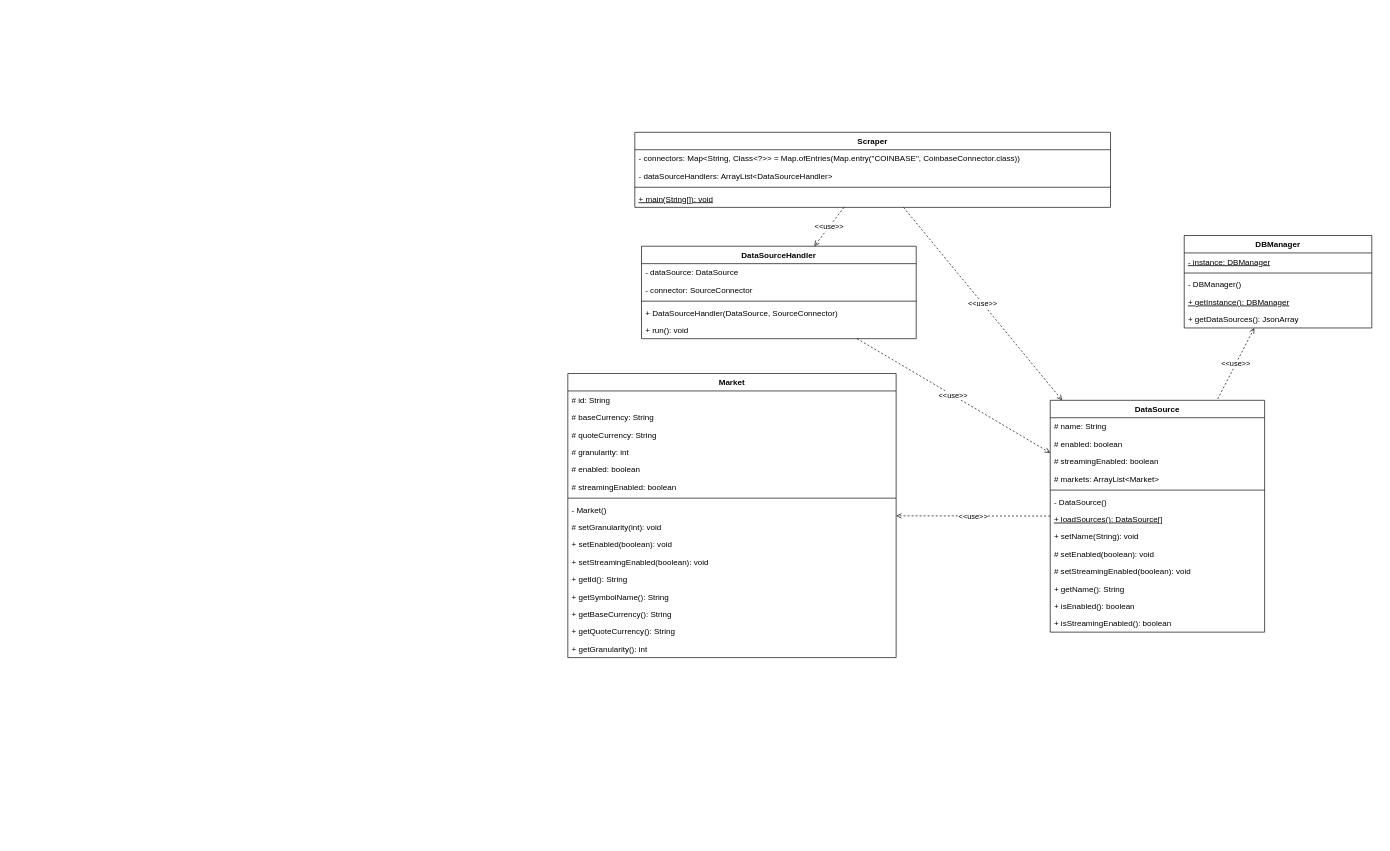
Earlier version of the draw.io diagram page "Scraper-new" (4 of 5) of drawio/project.drawio (nferrante1/lsmsd2). Source tidied: cells renumbered, new cells numbered last; positions are measured from the earlier drawing's top-left corner, leaving out a move shared by most shapes. Both pictures are drawn from the tidied source at 67%, with x=0, y=0 at pixel (567, 132).
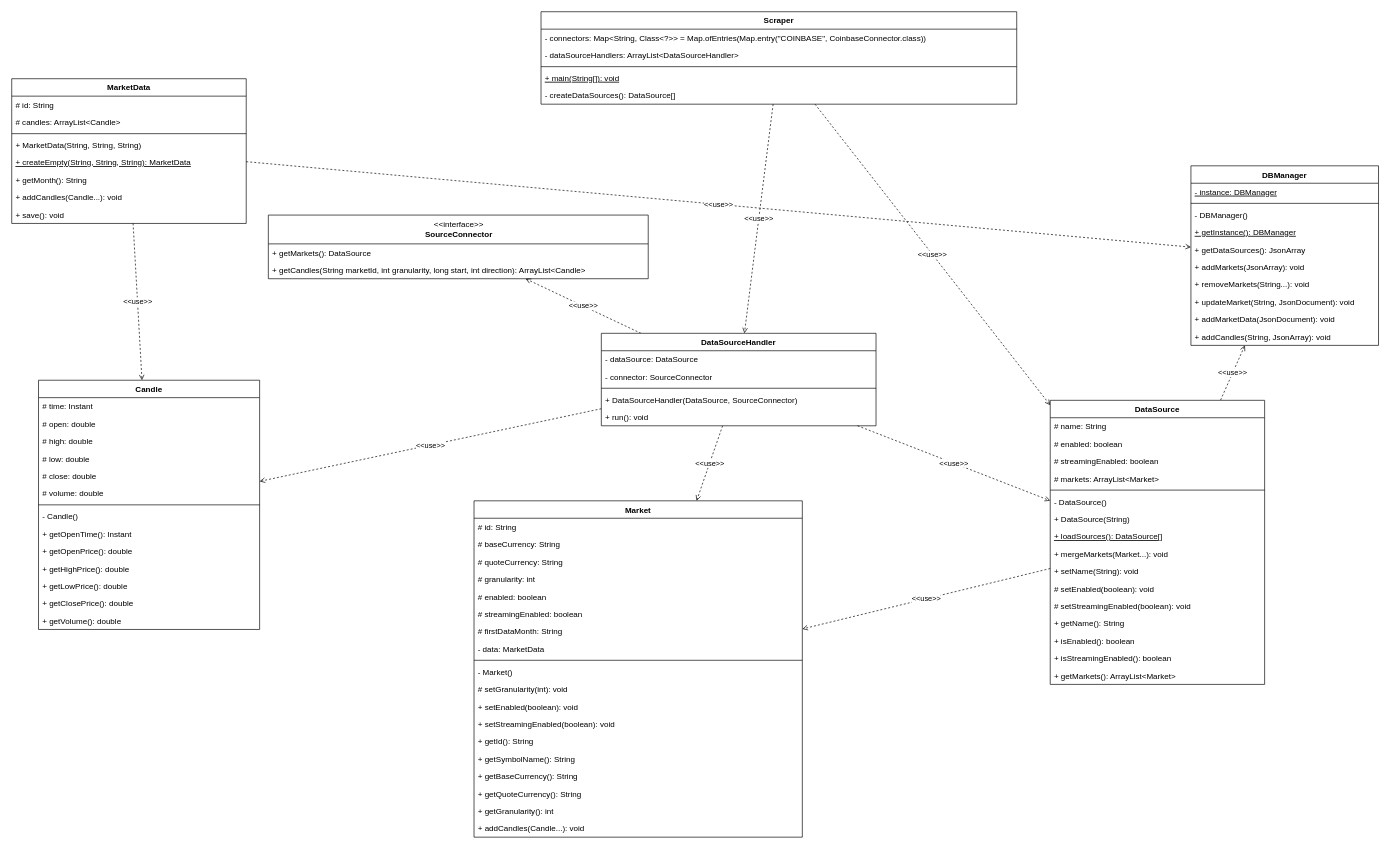
The same diagram, later.

Change to the diagram source:
```diff
@@
     <mxCell id="3" value="DataSource" style="swimlane;fontStyle=1;align=center;verticalAlign=top;horizontal=1;startSize=26;" parent="1" vertex="1">
-      <mxGeometry x="720" y="400" width="320" height="346" as="geometry" />
+      <mxGeometry x="720" y="400" width="320" height="424" as="geometry" />
     </mxCell>
@@
+    <mxCell id="55" value="+ DataSource(String)" style="text;strokeColor=none;fillColor=none;align=left;verticalAlign=top;spacingLeft=4;spacingRight=4;overflow=hidden;" parent="3" vertex="1">
+      <mxGeometry y="164" width="320" height="26" as="geometry" />
+    </mxCell>
     <mxCell id="10" value="+ loadSources(): DataSource[]" style="text;strokeColor=none;fillColor=none;align=left;verticalAlign=top;spacingLeft=4;spacingRight=4;overflow=hidden;fontStyle=4;" parent="3" vertex="1">
-      <mxGeometry y="164" width="320" height="26" as="geometry" />
+      <mxGeometry y="190" width="320" height="26" as="geometry" />
     </mxCell>
-    <mxCell id="11" value="+ setName(String): void" style="text;strokeColor=none;fillColor=none;align=left;verticalAlign=top;spacingLeft=4;spacingRight=4;overflow=hidden;" parent="3" vertex="1">
-      <mxGeometry y="190" width="320" height="26" as="geometry" />
+    <mxCell id="11" value="+ mergeMarkets(Market...): void" style="text;strokeColor=none;fillColor=none;align=left;verticalAlign=top;spacingLeft=4;spacingRight=4;overflow=hidden;" parent="3" vertex="1">
+      <mxGeometry y="216" width="320" height="26" as="geometry" />
     </mxCell>
+    <mxCell id="56" value="+ setName(String): void" style="text;strokeColor=none;fillColor=none;align=left;verticalAlign=top;spacingLeft=4;spacingRight=4;overflow=hidden;" parent="3" vertex="1">
+      <mxGeometry y="242" width="320" height="26" as="geometry" />
+    </mxCell>
     <mxCell id="12" value="# setEnabled(boolean): void" style="text;strokeColor=none;fillColor=none;align=left;verticalAlign=top;spacingLeft=4;spacingRight=4;overflow=hidden;" parent="3" vertex="1">
-      <mxGeometry y="216" width="320" height="26" as="geometry" />
+      <mxGeometry y="268" width="320" height="26" as="geometry" />
     </mxCell>
     <mxCell id="13" value="# setStreamingEnabled(boolean): void" style="text;strokeColor=none;fillColor=none;align=left;verticalAlign=top;spacingLeft=4;spacingRight=4;overflow=hidden;" parent="3" vertex="1">
-      <mxGeometry y="242" width="320" height="26" as="geometry" />
+      <mxGeometry y="294" width="320" height="26" as="geometry" />
     </mxCell>
     <mxCell id="14" value="+ getName(): String" style="text;strokeColor=none;fillColor=none;align=left;verticalAlign=top;spacingLeft=4;spacingRight=4;overflow=hidden;" parent="3" vertex="1">
-      <mxGeometry y="268" width="320" height="26" as="geometry" />
+      <mxGeometry y="320" width="320" height="26" as="geometry" />
     </mxCell>
     <mxCell id="15" value="+ isEnabled(): boolean" style="text;strokeColor=none;fillColor=none;align=left;verticalAlign=top;spacingLeft=4;spacingRight=4;overflow=hidden;" parent="3" vertex="1">
-      <mxGeometry y="294" width="320" height="26" as="geometry" />
+      <mxGeometry y="346" width="320" height="26" as="geometry" />
     </mxCell>
     <mxCell id="16" value="+ isStreamingEnabled(): boolean" style="text;strokeColor=none;fillColor=none;align=left;verticalAlign=top;spacingLeft=4;spacingRight=4;overflow=hidden;" parent="3" vertex="1">
-      <mxGeometry y="320" width="320" height="26" as="geometry" />
+      <mxGeometry y="372" width="320" height="26" as="geometry" />
     </mxCell>
+    <mxCell id="57" value="+ getMarkets(): ArrayList&lt;Market&gt;" style="text;strokeColor=none;fillColor=none;align=left;verticalAlign=top;spacingLeft=4;spacingRight=4;overflow=hidden;" parent="3" vertex="1">
+      <mxGeometry y="398" width="320" height="26" as="geometry" />
+    </mxCell>
     <mxCell id="17" value="Market" style="swimlane;fontStyle=1;align=center;verticalAlign=top;horizontal=1;startSize=26;" parent="1" vertex="1">
-      <mxGeometry y="360" width="490" height="424" as="geometry" />
+      <mxGeometry x="-140" y="550" width="490" height="502" as="geometry" />
     </mxCell>
@@
+    <mxCell id="58" value="# firstDataMonth: String" style="text;strokeColor=none;fillColor=none;align=left;verticalAlign=top;spacingLeft=4;spacingRight=4;overflow=hidden;" parent="17" vertex="1">
+      <mxGeometry y="182" width="490" height="26" as="geometry" />
+    </mxCell>
+    <mxCell id="59" value="- data: MarketData" style="text;strokeColor=none;fillColor=none;align=left;verticalAlign=top;spacingLeft=4;spacingRight=4;overflow=hidden;" parent="17" vertex="1">
+      <mxGeometry y="208" width="490" height="26" as="geometry" />
+    </mxCell>
     <mxCell id="24" style="line;strokeWidth=1;fillColor=none;align=left;verticalAlign=middle;spacingTop=-1;spacingLeft=3;spacingRight=3;labelPosition=right;" parent="17" vertex="1">
-      <mxGeometry y="182" width="490" height="8" as="geometry" />
+      <mxGeometry y="234" width="490" height="8" as="geometry" />
     </mxCell>
     <mxCell id="25" value="- Market()" style="text;strokeColor=none;fillColor=none;align=left;verticalAlign=top;spacingLeft=4;spacingRight=4;overflow=hidden;" parent="17" vertex="1">
-      <mxGeometry y="190" width="490" height="26" as="geometry" />
+      <mxGeometry y="242" width="490" height="26" as="geometry" />
     </mxCell>
     <mxCell id="26" value="# setGranularity(int): void" style="text;strokeColor=none;fillColor=none;align=left;verticalAlign=top;spacingLeft=4;spacingRight=4;overflow=hidden;" parent="17" vertex="1">
-      <mxGeometry y="216" width="490" height="26" as="geometry" />
+      <mxGeometry y="268" width="490" height="26" as="geometry" />
     </mxCell>
     <mxCell id="27" value="+ setEnabled(boolean): void" style="text;strokeColor=none;fillColor=none;align=left;verticalAlign=top;spacingLeft=4;spacingRight=4;overflow=hidden;" parent="17" vertex="1">
-      <mxGeometry y="242" width="490" height="26" as="geometry" />
+      <mxGeometry y="294" width="490" height="26" as="geometry" />
     </mxCell>
     <mxCell id="28" value="+ setStreamingEnabled(boolean): void" style="text;strokeColor=none;fillColor=none;align=left;verticalAlign=top;spacingLeft=4;spacingRight=4;overflow=hidden;" parent="17" vertex="1">
-      <mxGeometry y="268" width="490" height="26" as="geometry" />
+      <mxGeometry y="320" width="490" height="26" as="geometry" />
     </mxCell>
     <mxCell id="29" value="+ getId(): String" style="text;strokeColor=none;fillColor=none;align=left;verticalAlign=top;spacingLeft=4;spacingRight=4;overflow=hidden;" parent="17" vertex="1">
-      <mxGeometry y="294" width="490" height="26" as="geometry" />
+      <mxGeometry y="346" width="490" height="26" as="geometry" />
     </mxCell>
     <mxCell id="30" value="+ getSymbolName(): String" style="text;strokeColor=none;fillColor=none;align=left;verticalAlign=top;spacingLeft=4;spacingRight=4;overflow=hidden;" parent="17" vertex="1">
-      <mxGeometry y="320" width="490" height="26" as="geometry" />
+      <mxGeometry y="372" width="490" height="26" as="geometry" />
     </mxCell>
     <mxCell id="31" value="+ getBaseCurrency(): String" style="text;strokeColor=none;fillColor=none;align=left;verticalAlign=top;spacingLeft=4;spacingRight=4;overflow=hidden;" parent="17" vertex="1">
-      <mxGeometry y="346" width="490" height="26" as="geometry" />
+      <mxGeometry y="398" width="490" height="26" as="geometry" />
     </mxCell>
     <mxCell id="32" value="+ getQuoteCurrency(): String" style="text;strokeColor=none;fillColor=none;align=left;verticalAlign=top;spacingLeft=4;spacingRight=4;overflow=hidden;" parent="17" vertex="1">
-      <mxGeometry y="372" width="490" height="26" as="geometry" />
+      <mxGeometry y="424" width="490" height="26" as="geometry" />
     </mxCell>
     <mxCell id="33" value="+ getGranularity(): int" style="text;strokeColor=none;fillColor=none;align=left;verticalAlign=top;spacingLeft=4;spacingRight=4;overflow=hidden;" parent="17" vertex="1">
-      <mxGeometry y="398" width="490" height="26" as="geometry" />
+      <mxGeometry y="450" width="490" height="26" as="geometry" />
     </mxCell>
+    <mxCell id="60" value="+ addCandles(Candle...): void" style="text;strokeColor=none;fillColor=none;align=left;verticalAlign=top;spacingLeft=4;spacingRight=4;overflow=hidden;" parent="17" vertex="1">
+      <mxGeometry y="476" width="490" height="26" as="geometry" />
+    </mxCell>
@@
+    <mxCell id="61" value="&amp;lt;&amp;lt;use&amp;gt;&amp;gt;" style="edgeStyle=none;rounded=0;jettySize=auto;html=1;dashed=1;startArrow=none;startFill=0;endArrow=open;endFill=0;" parent="1" edge="1" source="35" target="17">
+      <mxGeometry relative="1" as="geometry" />
+    </mxCell>
+    <mxCell id="62" value="&amp;lt;&amp;lt;use&amp;gt;&amp;gt;" style="edgeStyle=none;rounded=0;jettySize=auto;html=1;dashed=1;startArrow=none;startFill=0;endArrow=open;endFill=0;" parent="1" edge="1" source="35" target="70">
+      <mxGeometry relative="1" as="geometry" />
+    </mxCell>
+    <mxCell id="63" value="&amp;lt;&amp;lt;use&amp;gt;&amp;gt;" style="edgeStyle=none;rounded=0;jettySize=auto;html=1;dashed=1;startArrow=none;startFill=0;endArrow=open;endFill=0;" parent="1" edge="1" source="35" target="96">
+      <mxGeometry relative="1" as="geometry" />
+    </mxCell>
     <mxCell id="35" value="DataSourceHandler" style="swimlane;fontStyle=1;align=center;verticalAlign=top;horizontal=1;startSize=26;" parent="1" vertex="1">
-      <mxGeometry x="110" y="170" width="410" height="138" as="geometry" />
+      <mxGeometry x="50" y="300" width="410" height="138" as="geometry" />
     </mxCell>
@@
     <mxCell id="43" value="Scraper" style="swimlane;fontStyle=1;align=center;verticalAlign=top;horizontal=1;startSize=26;" parent="1" vertex="1">
-      <mxGeometry x="100" width="710" height="112" as="geometry" />
+      <mxGeometry x="-40" y="-180" width="710" height="138" as="geometry" />
     </mxCell>
@@
+    <mxCell id="64" value="- createDataSources(): DataSource[]" style="text;strokeColor=none;fillColor=none;align=left;verticalAlign=top;spacingLeft=4;spacingRight=4;overflow=hidden;fontStyle=0;" parent="43" vertex="1">
+      <mxGeometry y="112" width="710" height="26" as="geometry" />
+    </mxCell>
@@
     <mxCell id="49" value="DBManager" style="swimlane;fontStyle=1;align=center;verticalAlign=top;horizontal=1;startSize=26;" parent="1" vertex="1">
-      <mxGeometry x="920" y="154" width="280" height="138" as="geometry" />
+      <mxGeometry x="930" y="50" width="280" height="268" as="geometry" />
     </mxCell>
@@
+    <mxCell id="65" value="+ addMarkets(JsonArray): void" style="text;strokeColor=none;fillColor=none;align=left;verticalAlign=top;spacingLeft=4;spacingRight=4;overflow=hidden;fontStyle=0;" parent="49" vertex="1">
+      <mxGeometry y="138" width="280" height="26" as="geometry" />
+    </mxCell>
+    <mxCell id="66" value="+ removeMarkets(String...): void" style="text;strokeColor=none;fillColor=none;align=left;verticalAlign=top;spacingLeft=4;spacingRight=4;overflow=hidden;fontStyle=0;" parent="49" vertex="1">
+      <mxGeometry y="164" width="280" height="26" as="geometry" />
+    </mxCell>
+    <mxCell id="67" value="+ updateMarket(String, JsonDocument): void" style="text;strokeColor=none;fillColor=none;align=left;verticalAlign=top;spacingLeft=4;spacingRight=4;overflow=hidden;fontStyle=0;" parent="49" vertex="1">
+      <mxGeometry y="190" width="280" height="26" as="geometry" />
+    </mxCell>
+    <mxCell id="68" value="+ addMarketData(JsonDocument): void" style="text;strokeColor=none;fillColor=none;align=left;verticalAlign=top;spacingLeft=4;spacingRight=4;overflow=hidden;fontStyle=0;" parent="49" vertex="1">
+      <mxGeometry y="216" width="280" height="26" as="geometry" />
+    </mxCell>
+    <mxCell id="69" value="+ addCandles(String, JsonArray): void" style="text;strokeColor=none;fillColor=none;align=left;verticalAlign=top;spacingLeft=4;spacingRight=4;overflow=hidden;fontStyle=0;" parent="49" vertex="1">
+      <mxGeometry y="242" width="280" height="26" as="geometry" />
+    </mxCell>
+    <mxCell id="70" value="Candle" style="swimlane;fontStyle=1;align=center;verticalAlign=top;horizontal=1;startSize=26;" parent="1" vertex="1">
+      <mxGeometry x="-790" y="370" width="330" height="372" as="geometry" />
+    </mxCell>
+    <mxCell id="71" value="# time: Instant" style="text;strokeColor=none;fillColor=none;align=left;verticalAlign=top;spacingLeft=4;spacingRight=4;overflow=hidden;" parent="70" vertex="1">
+      <mxGeometry y="26" width="330" height="26" as="geometry" />
+    </mxCell>
+    <mxCell id="72" value="# open: double" style="text;strokeColor=none;fillColor=none;align=left;verticalAlign=top;spacingLeft=4;spacingRight=4;overflow=hidden;" parent="70" vertex="1">
+      <mxGeometry y="52" width="330" height="26" as="geometry" />
+    </mxCell>
+    <mxCell id="73" value="# high: double" style="text;strokeColor=none;fillColor=none;align=left;verticalAlign=top;spacingLeft=4;spacingRight=4;overflow=hidden;" parent="70" vertex="1">
+      <mxGeometry y="78" width="330" height="26" as="geometry" />
+    </mxCell>
+    <mxCell id="74" value="# low: double" style="text;strokeColor=none;fillColor=none;align=left;verticalAlign=top;spacingLeft=4;spacingRight=4;overflow=hidden;" parent="70" vertex="1">
+      <mxGeometry y="104" width="330" height="26" as="geometry" />
+    </mxCell>
+    <mxCell id="75" value="# close: double" style="text;strokeColor=none;fillColor=none;align=left;verticalAlign=top;spacingLeft=4;spacingRight=4;overflow=hidden;" parent="70" vertex="1">
+      <mxGeometry y="130" width="330" height="26" as="geometry" />
+    </mxCell>
+    <mxCell id="76" value="# volume: double" style="text;strokeColor=none;fillColor=none;align=left;verticalAlign=top;spacingLeft=4;spacingRight=4;overflow=hidden;" parent="70" vertex="1">
+      <mxGeometry y="156" width="330" height="26" as="geometry" />
+    </mxCell>
+    <mxCell id="77" style="line;strokeWidth=1;fillColor=none;align=left;verticalAlign=middle;spacingTop=-1;spacingLeft=3;spacingRight=3;labelPosition=right;" parent="70" vertex="1">
+      <mxGeometry y="182" width="330" height="8" as="geometry" />
+    </mxCell>
+    <mxCell id="78" value="- Candle()" style="text;strokeColor=none;fillColor=none;align=left;verticalAlign=top;spacingLeft=4;spacingRight=4;overflow=hidden;" parent="70" vertex="1">
+      <mxGeometry y="190" width="330" height="26" as="geometry" />
+    </mxCell>
+    <mxCell id="79" value="+ getOpenTime(): Instant" style="text;strokeColor=none;fillColor=none;align=left;verticalAlign=top;spacingLeft=4;spacingRight=4;overflow=hidden;" parent="70" vertex="1">
+      <mxGeometry y="216" width="330" height="26" as="geometry" />
+    </mxCell>
+    <mxCell id="80" value="+ getOpenPrice(): double" style="text;strokeColor=none;fillColor=none;align=left;verticalAlign=top;spacingLeft=4;spacingRight=4;overflow=hidden;" parent="70" vertex="1">
+      <mxGeometry y="242" width="330" height="26" as="geometry" />
+    </mxCell>
+    <mxCell id="81" value="+ getHighPrice(): double" style="text;strokeColor=none;fillColor=none;align=left;verticalAlign=top;spacingLeft=4;spacingRight=4;overflow=hidden;" parent="70" vertex="1">
+      <mxGeometry y="268" width="330" height="26" as="geometry" />
+    </mxCell>
+    <mxCell id="82" value="+ getLowPrice(): double" style="text;strokeColor=none;fillColor=none;align=left;verticalAlign=top;spacingLeft=4;spacingRight=4;overflow=hidden;" parent="70" vertex="1">
+      <mxGeometry y="294" width="330" height="26" as="geometry" />
+    </mxCell>
+    <mxCell id="83" value="+ getClosePrice(): double" style="text;strokeColor=none;fillColor=none;align=left;verticalAlign=top;spacingLeft=4;spacingRight=4;overflow=hidden;" parent="70" vertex="1">
+      <mxGeometry y="320" width="330" height="26" as="geometry" />
+    </mxCell>
+    <mxCell id="84" value="+ getVolume(): double" style="text;strokeColor=none;fillColor=none;align=left;verticalAlign=top;spacingLeft=4;spacingRight=4;overflow=hidden;" parent="70" vertex="1">
+      <mxGeometry y="346" width="330" height="26" as="geometry" />
+    </mxCell>
+    <mxCell id="85" value="&amp;lt;&amp;lt;use&amp;gt;&amp;gt;" style="edgeStyle=none;rounded=0;jettySize=auto;html=1;dashed=1;startArrow=none;startFill=0;endArrow=open;endFill=0;" parent="1" edge="1" source="87" target="70">
+      <mxGeometry relative="1" as="geometry" />
+    </mxCell>
+    <mxCell id="86" value="&amp;lt;&amp;lt;use&amp;gt;&amp;gt;" style="edgeStyle=none;rounded=0;jettySize=auto;html=1;dashed=1;startArrow=none;startFill=0;endArrow=open;endFill=0;" parent="1" edge="1" source="87" target="49">
+      <mxGeometry relative="1" as="geometry" />
+    </mxCell>
+    <mxCell id="87" value="MarketData" style="swimlane;fontStyle=1;align=center;verticalAlign=top;horizontal=1;startSize=26;" parent="1" vertex="1">
+      <mxGeometry x="-830" y="-80" width="350" height="216" as="geometry" />
+    </mxCell>
+    <mxCell id="88" value="# id: String" style="text;strokeColor=none;fillColor=none;align=left;verticalAlign=top;spacingLeft=4;spacingRight=4;overflow=hidden;" parent="87" vertex="1">
+      <mxGeometry y="26" width="350" height="26" as="geometry" />
+    </mxCell>
+    <mxCell id="89" value="# candles: ArrayList&lt;Candle&gt;" style="text;strokeColor=none;fillColor=none;align=left;verticalAlign=top;spacingLeft=4;spacingRight=4;overflow=hidden;" parent="87" vertex="1">
+      <mxGeometry y="52" width="350" height="26" as="geometry" />
+    </mxCell>
+    <mxCell id="90" style="line;strokeWidth=1;fillColor=none;align=left;verticalAlign=middle;spacingTop=-1;spacingLeft=3;spacingRight=3;labelPosition=right;" parent="87" vertex="1">
+      <mxGeometry y="78" width="350" height="8" as="geometry" />
+    </mxCell>
+    <mxCell id="91" value="+ MarketData(String, String, String)" style="text;strokeColor=none;fillColor=none;align=left;verticalAlign=top;spacingLeft=4;spacingRight=4;overflow=hidden;" parent="87" vertex="1">
+      <mxGeometry y="86" width="350" height="26" as="geometry" />
+    </mxCell>
+    <mxCell id="92" value="+ createEmpty(String, String, String): MarketData" style="text;strokeColor=none;fillColor=none;align=left;verticalAlign=top;spacingLeft=4;spacingRight=4;overflow=hidden;fontStyle=4;" parent="87" vertex="1">
+      <mxGeometry y="112" width="350" height="26" as="geometry" />
+    </mxCell>
+    <mxCell id="93" value="+ getMonth(): String" style="text;strokeColor=none;fillColor=none;align=left;verticalAlign=top;spacingLeft=4;spacingRight=4;overflow=hidden;" parent="87" vertex="1">
+      <mxGeometry y="138" width="350" height="26" as="geometry" />
+    </mxCell>
+    <mxCell id="94" value="+ addCandles(Candle...): void" style="text;strokeColor=none;fillColor=none;align=left;verticalAlign=top;spacingLeft=4;spacingRight=4;overflow=hidden;" parent="87" vertex="1">
+      <mxGeometry y="164" width="350" height="26" as="geometry" />
+    </mxCell>
+    <mxCell id="95" value="+ save(): void" style="text;strokeColor=none;fillColor=none;align=left;verticalAlign=top;spacingLeft=4;spacingRight=4;overflow=hidden;" parent="87" vertex="1">
+      <mxGeometry y="190" width="350" height="26" as="geometry" />
+    </mxCell>
+    <mxCell id="96" value="&lt;span style=&quot;font-weight: normal&quot;&gt;&amp;lt;&amp;lt;interface&amp;gt;&amp;gt;&lt;/span&gt;&lt;br&gt;SourceConnector" style="swimlane;fontStyle=1;align=center;verticalAlign=top;horizontal=1;startSize=43;html=1;" parent="1" vertex="1">
+      <mxGeometry x="-447" y="123.5" width="567" height="95" as="geometry" />
+    </mxCell>
+    <mxCell id="97" value="+ getMarkets(): DataSource" style="text;strokeColor=none;fillColor=none;align=left;verticalAlign=top;spacingLeft=4;spacingRight=4;overflow=hidden;" parent="96" vertex="1">
+      <mxGeometry y="43" width="567" height="26" as="geometry" />
+    </mxCell>
+    <mxCell id="98" value="+ getCandles(String marketId, int granularity, long start, int direction): ArrayList&lt;Candle&gt;" style="text;strokeColor=none;fillColor=none;align=left;verticalAlign=top;spacingLeft=4;spacingRight=4;overflow=hidden;" parent="96" vertex="1">
+      <mxGeometry y="69" width="567" height="26" as="geometry" />
+    </mxCell>
```
